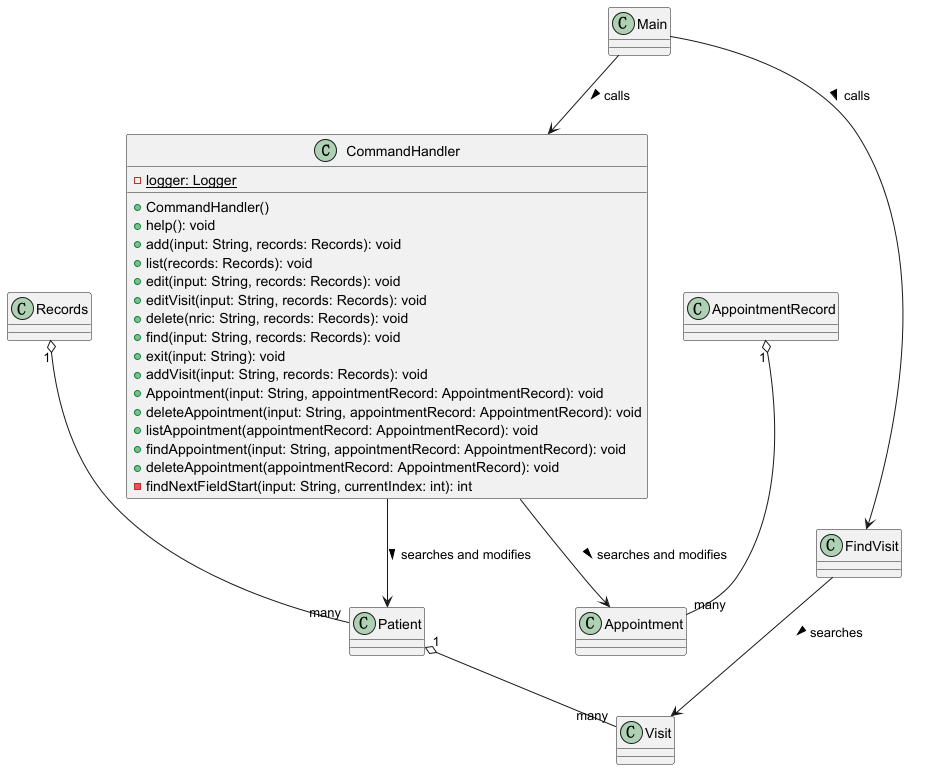
Above: docs/CommandHandler.png in yentheng0110/tp (PlantUML), before the change.
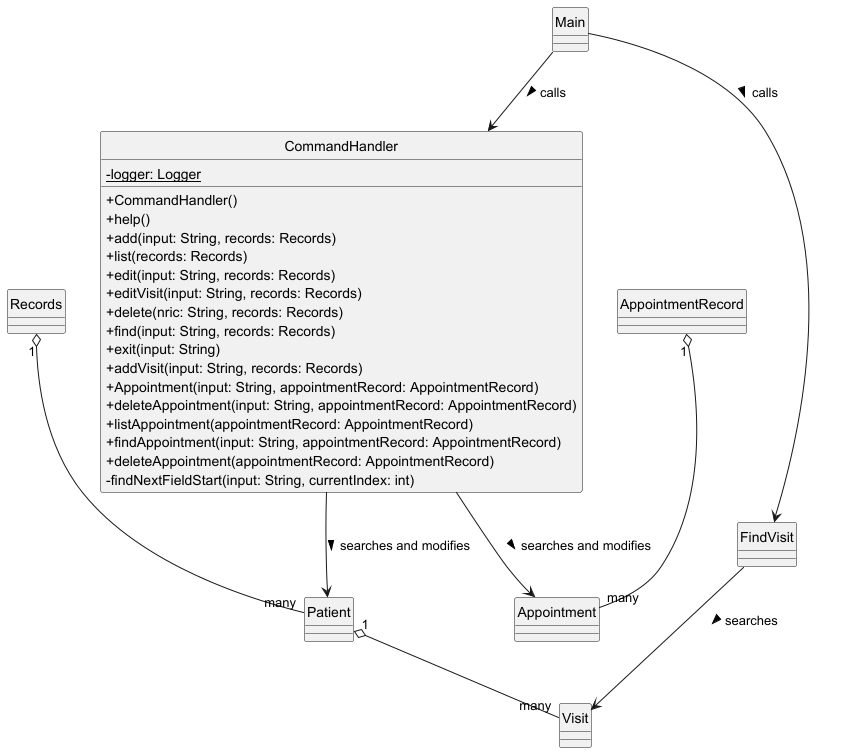
The same file after the commit.

Commit message:
- removed green circle with a "C" in "CommandHandler" class diagram - changed green circles and red boxes to become "+" and "-"

Diff of the diagram source:
```diff
@@ -1,29 +1,41 @@
 @startuml
+skinparam classAttributeIconSize 0
+hide circle
+
 class CommandHandler {
 -{static} logger: Logger
 +CommandHandler()
-+help(): void
-+add(input: String, records: Records): void
-+list(records: Records): void
-+edit(input: String, records: Records): void
-+editVisit(input: String, records: Records): void
-+delete(nric: String, records: Records): void
-+find(input: String, records: Records): void
-+exit(input: String): void
-+addVisit(input: String, records: Records): void
-+Appointment(input: String, appointmentRecord: AppointmentRecord): void
-+deleteAppointment(input: String, appointmentRecord: AppointmentRecord): void
-+listAppointment(appointmentRecord: AppointmentRecord): void
-+findAppointment(input: String, appointmentRecord: AppointmentRecord): void
-+deleteAppointment(appointmentRecord: AppointmentRecord): void
--findNextFieldStart(input: String, currentIndex: int): int
++help()
++add(input: String, records: Records)
++list(records: Records)
++edit(input: String, records: Records)
++editVisit(input: String, records: Records)
++delete(nric: String, records: Records)
++find(input: String, records: Records)
++exit(input: String)
++addVisit(input: String, records: Records)
++Appointment(input: String, appointmentRecord: AppointmentRecord)
++deleteAppointment(input: String, appointmentRecord: AppointmentRecord)
++listAppointment(appointmentRecord: AppointmentRecord)
++findAppointment(input: String, appointmentRecord: AppointmentRecord)
++deleteAppointment(appointmentRecord: AppointmentRecord)
+-findNextFieldStart(input: String, currentIndex: int)
 }
 
-class Patient {}
-class Visit {}
-class Main {}
-class Records {}
-class AppointmentRecord {}
+class Patient {
+}
+
+class Visit {
+}
+
+class Main {
+}
+
+class Records {
+}
+
+class AppointmentRecord {
+}
 
 CommandHandler --> Appointment : searches and modifies >
 AppointmentRecord "1" o-- "many" Appointment
```
